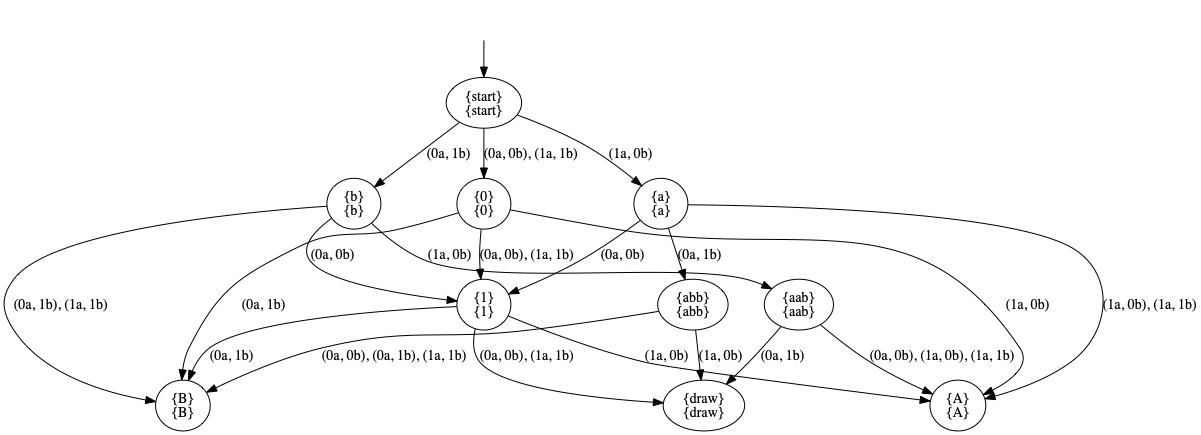
Before: pictures/GK2.png, a diagram exported from Graphviz (olandr/mkbsc). Its source is kept beside it as pictures/GK2.dot.
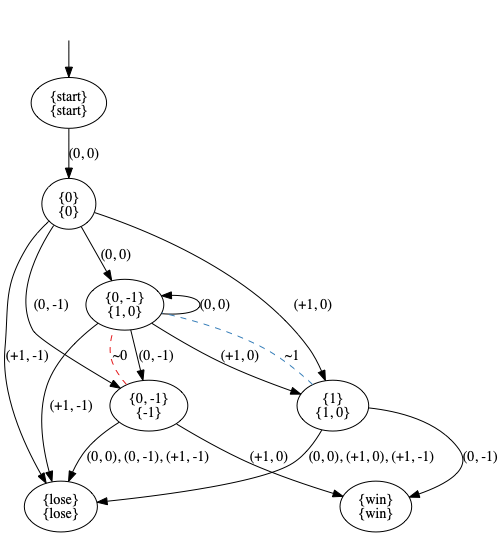
Later version of the same file.

What changed in the source:
```diff
@@ -3,35 +3,28 @@
 nodesep=0.5;
 ranksep=0.5;
 splines=True;
-4707407184 [label="{start}\n{start}"];
-4707051056 [label="{0}\n{0}"];
-4707437480 [label="{a}\n{a}"];
-4707043760 [label="{b}\n{b}"];
-4707445056 [label="{1}\n{1}"];
-4707445224 [label="{A}\n{A}"];
-4707445336 [label="{B}\n{B}"];
-4707445560 [label="{abb}\n{abb}"];
-4707445728 [label="{aab}\n{aab}"];
-4707445952 [label="{draw}\n{draw}"];
+4676471832 [label="{start}\n{start}"];
+4676471944 [label="{0}\n{0}"];
+4676471272 [label="{0, -1}\n{1, 0}"];
+4676472112 [label="{1}\n{1, 0}"];
+4676472336 [label="{0, -1}\n{-1}"];
+4676472560 [label="{lose}\n{lose}"];
+4676434016 [label="{win}\n{win}"];
 hidden [label="", shape=none];
-4707407184 -> 4707437480  [action="('1a', '0b')", key="('1a', '0b')", label="(1a, 0b)"];
-4707407184 -> 4707043760  [action="('0a', '1b')", key="('0a', '1b')", label="(0a, 1b)"];
-4707407184 -> 4707051056  [action="(('0a', '0b'), ('1a', '1b'))", key="(('0a', '0b'), ('1a', '1b'))", label="(0a, 0b), (1a, 1b)"];
-4707051056 -> 4707445224  [action="('1a', '0b')", key="('1a', '0b')", label="(1a, 0b)"];
-4707051056 -> 4707445336  [action="('0a', '1b')", key="('0a', '1b')", label="(0a, 1b)"];
-4707051056 -> 4707445056  [action="(('0a', '0b'), ('1a', '1b'))", key="(('0a', '0b'), ('1a', '1b'))", label="(0a, 0b), (1a, 1b)"];
-4707437480 -> 4707445056  [action="('0a', '0b')", key="('0a', '0b')", label="(0a, 0b)"];
-4707437480 -> 4707445560  [action="('0a', '1b')", key="('0a', '1b')", label="(0a, 1b)"];
-4707437480 -> 4707445224  [action="(('1a', '0b'), ('1a', '1b'))", key="(('1a', '0b'), ('1a', '1b'))", label="(1a, 0b), (1a, 1b)"];
-4707043760 -> 4707445056  [action="('0a', '0b')", key="('0a', '0b')", label="(0a, 0b)"];
-4707043760 -> 4707445728  [action="('1a', '0b')", key="('1a', '0b')", label="(1a, 0b)"];
-4707043760 -> 4707445336  [action="(('0a', '1b'), ('1a', '1b'))", key="(('0a', '1b'), ('1a', '1b'))", label="(0a, 1b), (1a, 1b)"];
-4707445056 -> 4707445224  [action="('1a', '0b')", key="('1a', '0b')", label="(1a, 0b)"];
-4707445056 -> 4707445336  [action="('0a', '1b')", key="('0a', '1b')", label="(0a, 1b)"];
-4707445056 -> 4707445952  [action="(('0a', '0b'), ('1a', '1b'))", key="(('0a', '0b'), ('1a', '1b'))", label="(0a, 0b), (1a, 1b)"];
-4707445560 -> 4707445952  [action="('1a', '0b')", key="('1a', '0b')", label="(1a, 0b)"];
-4707445560 -> 4707445336  [action="(('0a', '0b'), ('0a', '1b'), ('1a', '1b'))", key="(('0a', '0b'), ('0a', '1b'), ('1a', '1b'))", label="(0a, 0b), (0a, 1b), (1a, 1b)"];
-4707445728 -> 4707445952  [action="('0a', '1b')", key="('0a', '1b')", label="(0a, 1b)"];
-4707445728 -> 4707445224  [action="(('0a', '0b'), ('1a', '0b'), ('1a', '1b'))", key="(('0a', '0b'), ('1a', '0b'), ('1a', '1b'))", label="(0a, 0b), (1a, 0b), (1a, 1b)"];
-hidden -> 4707407184  [key=0];
+4676471832 -> 4676471944  [action="('0', '0')", key="('0', '0')", label="(0, 0)"];
+4676471944 -> 4676471272  [action="('0', '0')", key="('0', '0')", label="(0, 0)"];
+4676471944 -> 4676472112  [action="('+1', '0')", key="('+1', '0')", label="(+1, 0)"];
+4676471944 -> 4676472336  [action="('0', '-1')", key="('0', '-1')", label="(0, -1)"];
+4676471944 -> 4676472560  [action="('+1', '-1')", key="('+1', '-1')", label="(+1, -1)"];
+4676471272 -> 4676471272  [action="('0', '0')", dir=back, key="('0', '0')", label="(0, 0)"];
+4676471272 -> 4676472112  [action="('+1', '0')", key="('+1', '0')", label="(+1, 0)"];
+4676471272 -> 4676472336  [action="('0', '-1')", key="('0', '-1')", label="(0, -1)"];
+4676471272 -> 4676472560  [action="('+1', '-1')", key="('+1', '-1')", label="(+1, -1)"];
+4676472112 -> 4676434016  [action="('0', '-1')", key="('0', '-1')", label="(0, -1)"];
+4676472112 -> 4676472560  [action="(('0', '0'), ('+1', '0'), ('+1', '-1'))", key="(('0', '0'), ('+1', '0'), ('+1', '-1'))", label="(0, 0), (+1, 0), (+1, -1)"];
+4676472112 -> 4676471272  [arrowhead=none, color=2, colorscheme=set19, constraint=True, key=0, label="~1", style=dashed];
+4676472336 -> 4676434016  [action="('+1', '0')", key="('+1', '0')", label="(+1, 0)"];
+4676472336 -> 4676472560  [action="(('0', '0'), ('0', '-1'), ('+1', '-1'))", key="(('0', '0'), ('0', '-1'), ('+1', '-1'))", label="(0, 0), (0, -1), (+1, -1)"];
+4676472336 -> 4676471272  [arrowhead=none, color=1, colorscheme=set19, constraint=True, key=0, label="~0", style=dashed];
+hidden -> 4676471832  [key=0];
 }
```
